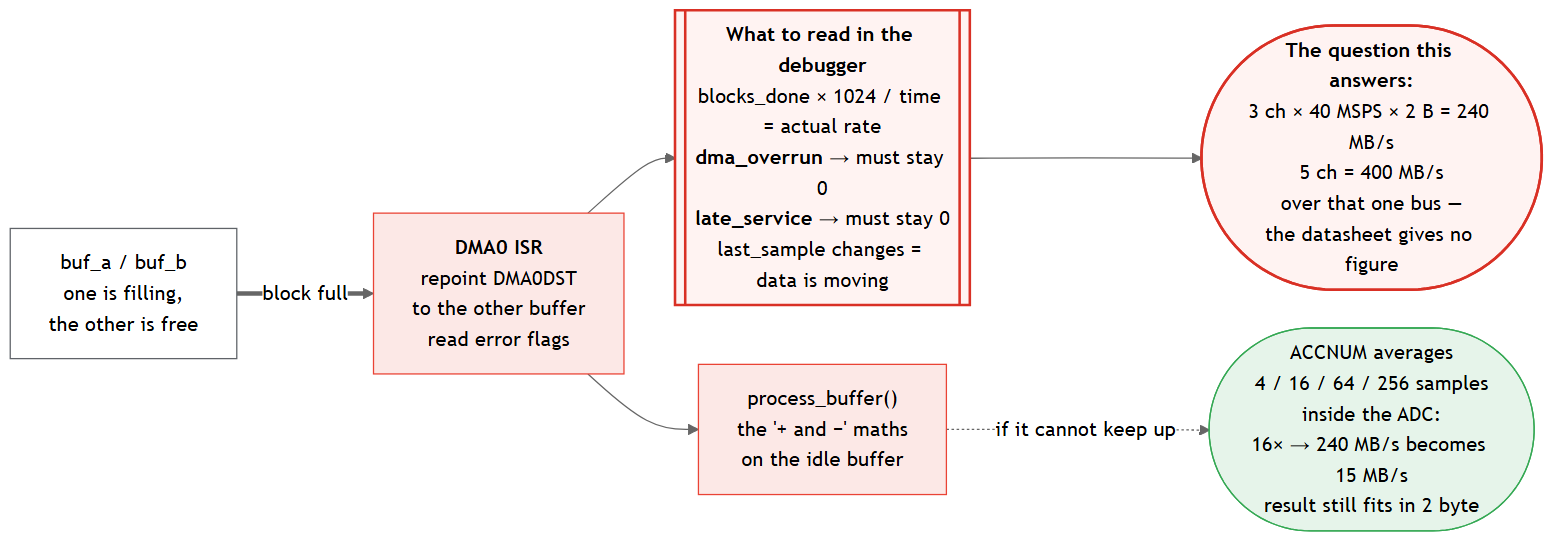
This is docs/04_cpu_and_counters.png from MicrochipTech/dspic33a-high-speed-adc-example, a Mermaid export, as it was before one commit. Its source is kept beside it as docs/04_cpu_and_counters.mmd.
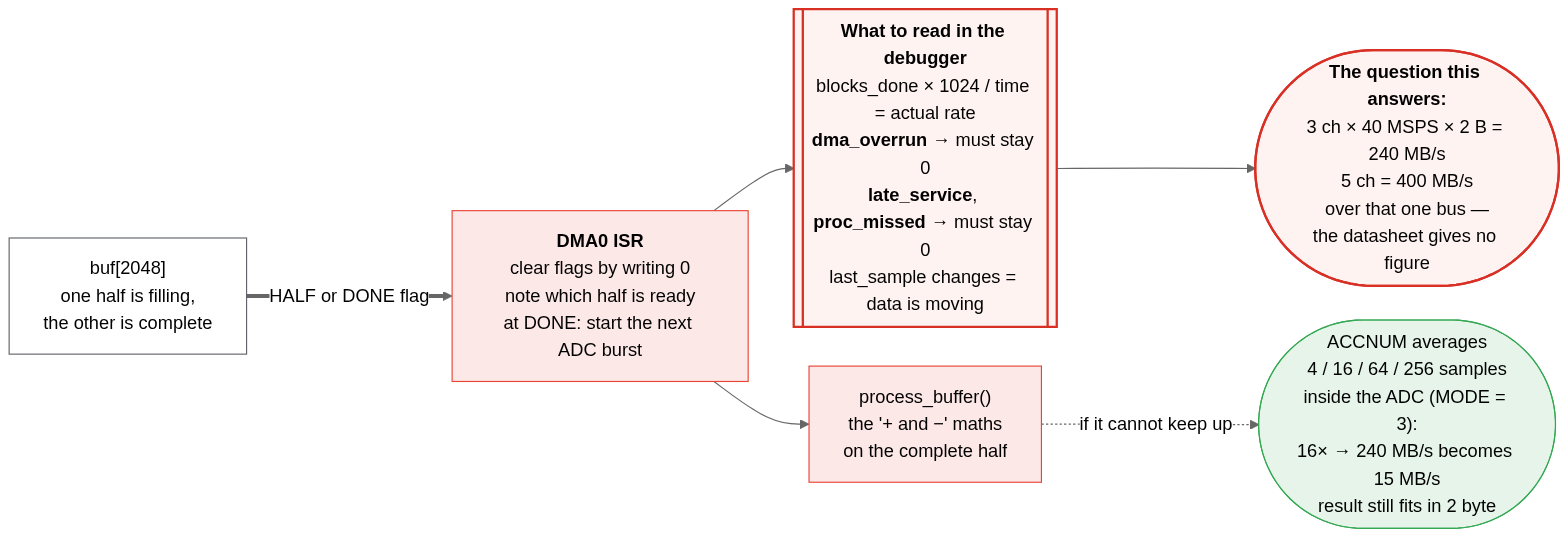
After the change.

Commit message:
Fix ADC trigger mode, DMA address window, status flag clearing and buffer switching

The edit, as a diff of the source:
```diff
@@ -1,11 +1,11 @@
 %%{init: {'theme':'neutral', 'flowchart':{'curve':'basis','nodeSpacing':30,'rankSpacing':40,'htmlLabels':true}}}%%
 flowchart LR
 
-    BUFS["buf_a / buf_b<br/>one is filling,<br/>the other is free"] == "block full" ==> ISR["<b>DMA0 ISR</b><br/>repoint DMA0DST<br/>to the other buffer<br/>read error flags"]
-    ISR --> CNT[["<b>What to read in the debugger</b><br/>blocks_done × 1024 / time = actual rate<br/><b>dma_overrun</b> → must stay 0<br/><b>late_service</b> → must stay 0<br/>last_sample changes = data is moving"]]
-    ISR --> PROC["process_buffer()<br/>the '+ and −' maths<br/>on the idle buffer"]
+    BUFS["buf[2048]<br/>one half is filling,<br/>the other is complete"] == "HALF or DONE flag" ==> ISR["<b>DMA0 ISR</b><br/>clear flags by writing 0<br/>note which half is ready<br/>at DONE: start the next ADC burst"]
+    ISR --> CNT[["<b>What to read in the debugger</b><br/>blocks_done × 1024 / time = actual rate<br/><b>dma_overrun</b> → must stay 0<br/><b>late_service</b>, <b>proc_missed</b> → must stay 0<br/>last_sample changes = data is moving"]]
+    ISR --> PROC["process_buffer()<br/>the '+ and −' maths<br/>on the complete half"]
     CNT --> ANS(["<b>The question this answers:</b><br/>3 ch × 40 MSPS × 2 B = 240 MB/s<br/>5 ch = 400 MB/s<br/>over that one bus —<br/>the datasheet gives no figure"])
-    PROC -. "if it cannot keep up" .-> FIX(["ACCNUM averages<br/>4 / 16 / 64 / 256 samples<br/>inside the ADC:<br/>16× → 240 MB/s becomes 15 MB/s<br/>result still fits in 2 byte"])
+    PROC -. "if it cannot keep up" .-> FIX(["ACCNUM averages<br/>4 / 16 / 64 / 256 samples<br/>inside the ADC (MODE = 3):<br/>16× → 240 MB/s becomes 15 MB/s<br/>result still fits in 2 byte"])
 
     classDef clk  fill:#e8f0fe,stroke:#4285f4
     classDef adc  fill:#e6f4ea,stroke:#34a853
```
